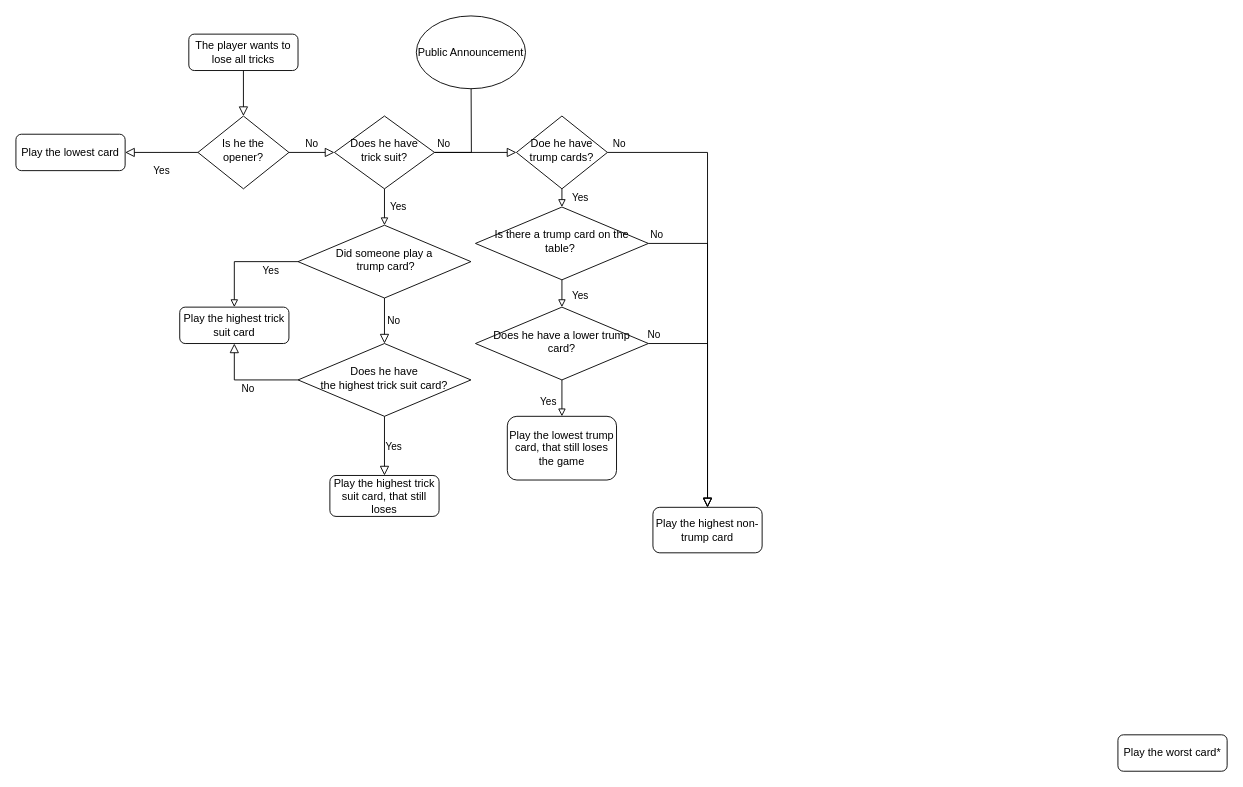
JeroenVanB/LAMAS keeps this draw.io diagram as page "Page-2" (2 of 2) of greedy_kripke.drawio. Above is the earlier version. Source tidied: cells renumbered, new cells numbered last; positions are measured from the earlier drawing's top-left corner, leaving out a move shared by most shapes. Both pictures are drawn from the tidied source at 91%, with x=0, y=0 at pixel (15, 15).
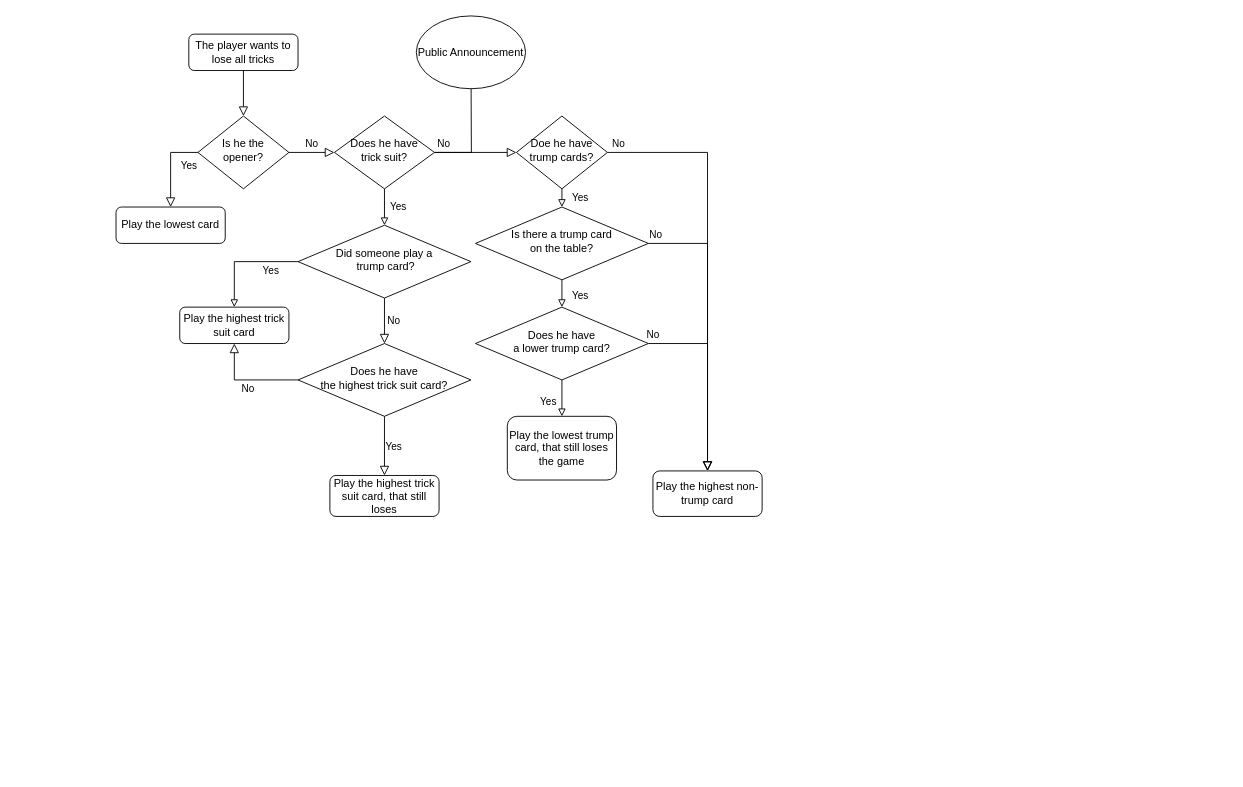
The same diagram, later.

Commit message (it also covers changes not shown here):
greedy=greedy, changed main to calc mean,std,low,max

The change refers to these unchanged cells:
```xml
<mxCell id="6" value="Is he the opener?" style="rhombus;whiteSpace=wrap;html=1;shadow=0;fontFamily=Helvetica;fontSize=12;align=center;strokeWidth=1;spacing=6;spacingTop=-4;" parent="1" vertex="1">
  <mxGeometry x="200" y="110" width="100" height="80" as="geometry" />
</mxCell>
```

Change to the diagram source:
```diff
@@
-    <mxCell id="4" value="Yes" style="rounded=0;html=1;jettySize=auto;fontSize=11;endArrow=block;endFill=0;endSize=8;strokeWidth=1;shadow=0;labelBackgroundColor=none;edgeStyle=orthogonalEdgeStyle;entryX=1;entryY=0.5;entryDx=0;entryDy=0;" parent="1" edge="1" source="6">
-      <mxGeometry y="20" relative="1" as="geometry">
-        <mxPoint x="120" y="150" as="targetPoint" />
-      </mxGeometry>
+    <mxCell id="4" value="Yes" style="rounded=0;html=1;jettySize=auto;fontSize=11;endArrow=block;endFill=0;endSize=8;strokeWidth=1;shadow=0;labelBackgroundColor=none;edgeStyle=orthogonalEdgeStyle;entryX=0.5;entryY=0;entryDx=0;entryDy=0;exitX=0;exitY=0.5;exitDx=0;exitDy=0;" parent="1" edge="1" source="6" target="33">
+      <mxGeometry y="20" relative="1" as="geometry" />
     </mxCell>
@@
-    <mxCell id="18" value="Play the worst card*" style="rounded=1;whiteSpace=wrap;html=1;fontSize=12;glass=0;strokeWidth=1;shadow=0;" parent="1" vertex="1">
-      <mxGeometry x="1211" y="790" width="120" height="40" as="geometry" />
-    </mxCell>
@@
-    <mxCell id="21" value="&lt;p style=&quot;line-height: 120%&quot;&gt;Is there a trump card on the table?&amp;nbsp;&lt;/p&gt;" style="rhombus;whiteSpace=wrap;html=1;shadow=0;fontFamily=Helvetica;fontSize=12;align=center;strokeWidth=1;spacing=6;spacingTop=-4;" parent="1" vertex="1">
+    <mxCell id="21" value="&lt;p style=&quot;line-height: 120%&quot;&gt;Is there a trump card&lt;br&gt;on the table?&lt;/p&gt;" style="rhombus;whiteSpace=wrap;html=1;shadow=0;fontFamily=Helvetica;fontSize=12;align=center;strokeWidth=1;spacing=6;spacingTop=-4;" parent="1" vertex="1">
       <mxGeometry x="505" y="210" width="190" height="80" as="geometry" />
     </mxCell>
@@
-    <mxCell id="23" value="&lt;p style=&quot;line-height: 120%&quot;&gt;&lt;span&gt;Does he have a lower&lt;/span&gt;&lt;span&gt;&amp;nbsp;trump card?&lt;/span&gt;&lt;br&gt;&lt;/p&gt;" style="rhombus;whiteSpace=wrap;html=1;shadow=0;fontFamily=Helvetica;fontSize=12;align=center;strokeWidth=1;spacing=6;spacingTop=-4;" parent="1" vertex="1">
+    <mxCell id="23" value="&lt;p style=&quot;line-height: 120%&quot;&gt;&lt;span style=&quot;font-size: 12px&quot;&gt;Does he have&lt;/span&gt;&lt;br style=&quot;font-size: 12px&quot;&gt;a lower trump card?&lt;/p&gt;" style="rhombus;whiteSpace=wrap;html=1;shadow=0;fontFamily=Helvetica;fontSize=12;align=center;strokeWidth=1;spacing=6;spacingTop=-4;" parent="1" vertex="1">
       <mxGeometry x="505" y="320" width="190" height="80" as="geometry" />
     </mxCell>
@@
     <mxCell id="30" value="Play the highest non-trump card" style="rounded=1;whiteSpace=wrap;html=1;fontSize=12;glass=0;strokeWidth=1;shadow=0;" parent="1" vertex="1">
-      <mxGeometry x="700" y="540" width="120" height="50" as="geometry" />
+      <mxGeometry x="700" y="500" width="120" height="50" as="geometry" />
     </mxCell>
@@
     <mxCell id="33" value="Play the lowest card" style="rounded=1;whiteSpace=wrap;html=1;fontSize=12;glass=0;strokeWidth=1;shadow=0;strokeColor=#000000;" parent="1" vertex="1">
-      <mxGeometry y="130" width="120" height="40" as="geometry" />
+      <mxGeometry x="110" y="210" width="120" height="40" as="geometry" />
     </mxCell>
```
